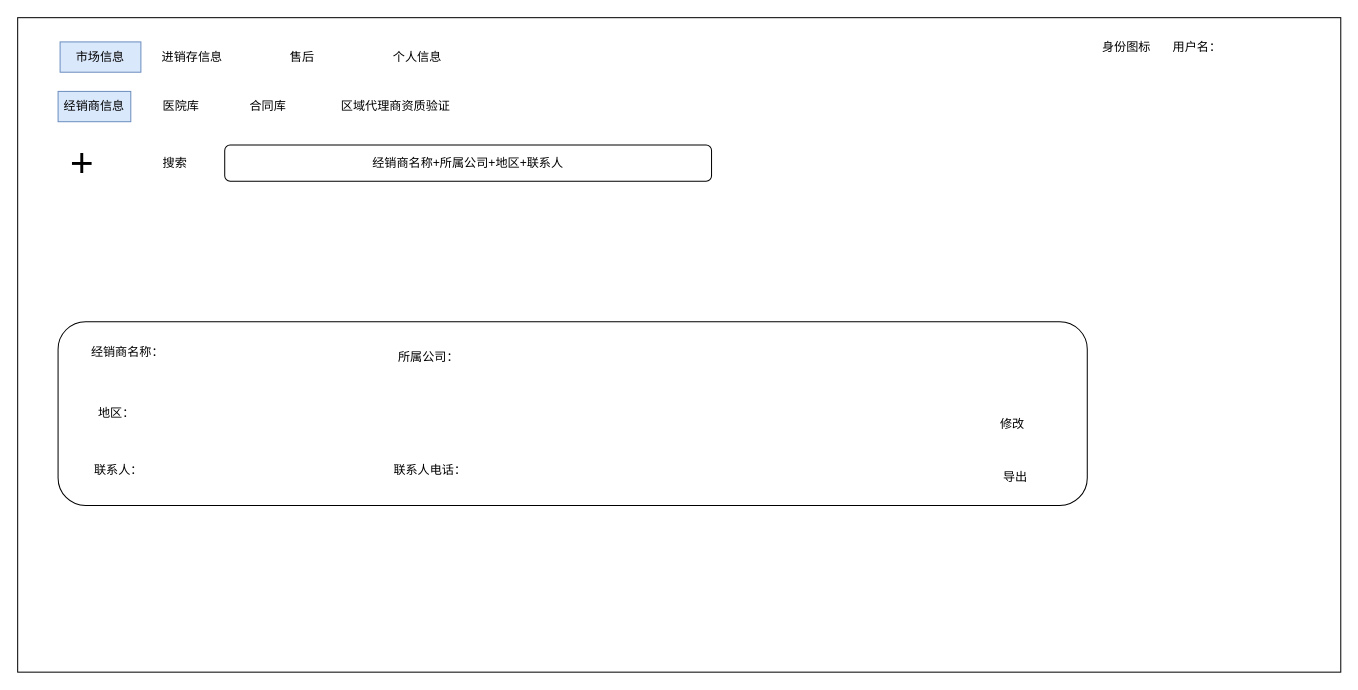
Before: page "经销商信息" (1 of 6) of 泰加市场.drawio in cangwang/news, a draw.io diagram. Source tidied: cells renumbered, new cells numbered last; positions are measured from the earlier drawing's top-left corner, leaving out a move shared by most shapes. Both pictures are drawn from the tidied source at 101%, with x=0, y=0 at pixel (17, 17).
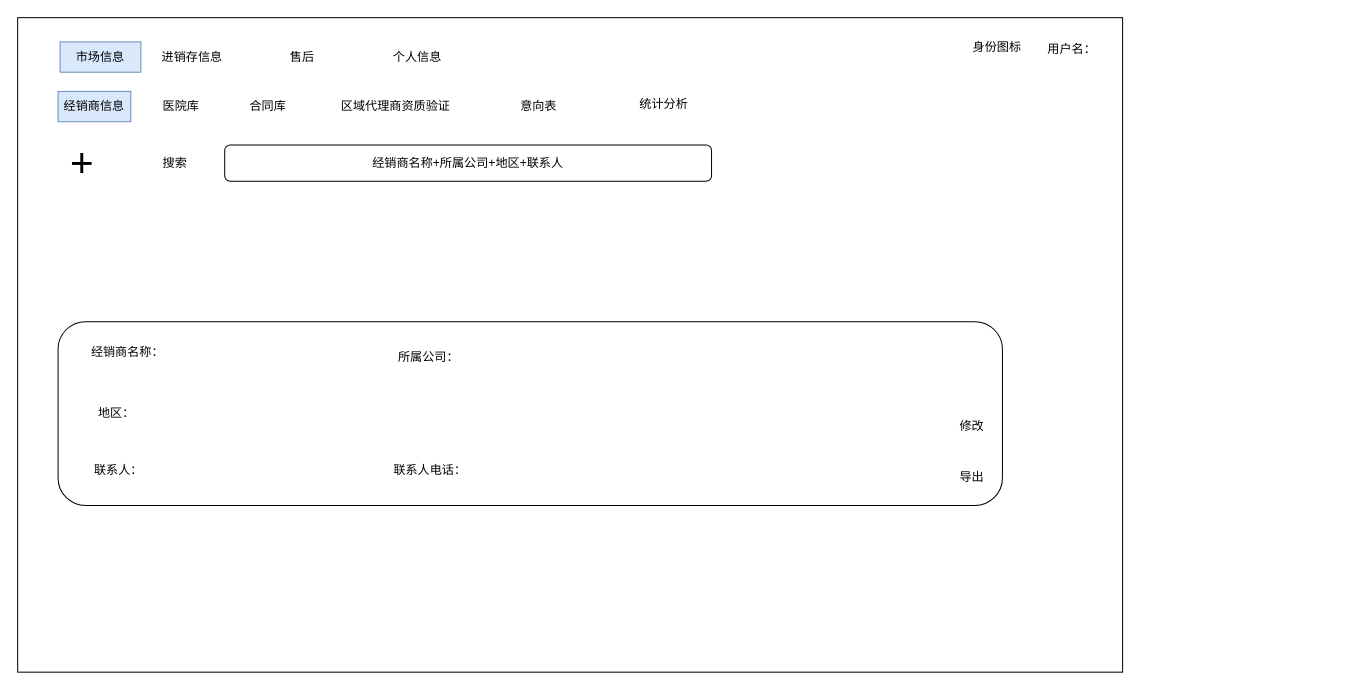
The same page after the edit.

What changed in the source:
```diff
@@
     <mxCell id="2" style="rounded=0;whiteSpace=wrap;html=1;" parent="1" vertex="1">
-      <mxGeometry width="1310" height="648" as="geometry" />
+      <mxGeometry width="1094" height="648" as="geometry" />
     </mxCell>
@@
     <mxCell id="7" style="rounded=1;whiteSpace=wrap;html=1;fontSize=12;" parent="1" vertex="1">
-      <mxGeometry x="40" y="301" width="1019" height="182" as="geometry" />
+      <mxGeometry x="40" y="301" width="935" height="182" as="geometry" />
     </mxCell>
@@
     <mxCell id="16" value="用户名：" style="text;html=1;strokeColor=none;fillColor=none;align=center;verticalAlign=middle;whiteSpace=wrap;rounded=0;fontSize=12;" parent="1" vertex="1">
-      <mxGeometry x="1138" y="14" width="60" height="30" as="geometry" />
+      <mxGeometry x="1014" y="16" width="60" height="30" as="geometry" />
     </mxCell>
     <mxCell id="17" value="身份图标" style="text;html=1;strokeColor=none;fillColor=none;align=center;verticalAlign=middle;whiteSpace=wrap;rounded=0;fontSize=12;" parent="1" vertex="1">
-      <mxGeometry x="1068" y="14" width="60" height="30" as="geometry" />
+      <mxGeometry x="940" y="14" width="60" height="30" as="geometry" />
     </mxCell>
     <mxCell id="18" value="导出" style="text;html=1;strokeColor=none;fillColor=none;align=center;verticalAlign=middle;whiteSpace=wrap;rounded=0;fontSize=12;" parent="1" vertex="1">
-      <mxGeometry x="958" y="440" width="60" height="30" as="geometry" />
+      <mxGeometry x="915" y="440" width="60" height="30" as="geometry" />
     </mxCell>
     <mxCell id="19" value="修改" style="text;html=1;strokeColor=none;fillColor=none;align=center;verticalAlign=middle;whiteSpace=wrap;rounded=0;fontSize=12;" parent="1" vertex="1">
-      <mxGeometry x="955" y="388" width="60" height="30" as="geometry" />
+      <mxGeometry x="915" y="390" width="60" height="30" as="geometry" />
     </mxCell>
@@
+    <mxCell id="24" value="意向表" style="text;html=1;align=center;verticalAlign=middle;whiteSpace=wrap;rounded=0;" parent="1" vertex="1">
+      <mxGeometry x="476" y="73" width="80" height="30" as="geometry" />
+    </mxCell>
+    <mxCell id="25" value="统计分析" style="text;html=1;align=center;verticalAlign=middle;whiteSpace=wrap;rounded=0;" parent="1" vertex="1">
+      <mxGeometry x="600" y="71" width="80" height="30" as="geometry" />
+    </mxCell>
```
